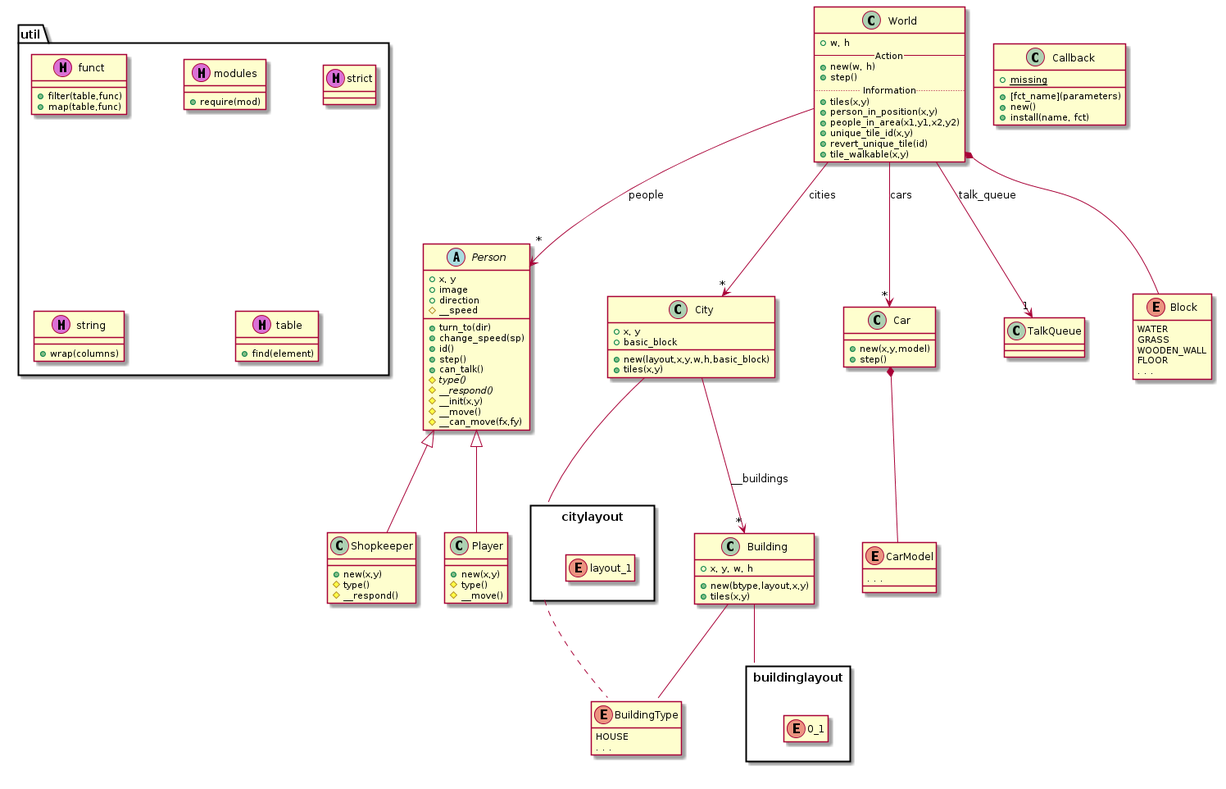
Earlier version of the PlantUML export doc/engine.png (andrenho/newhope).
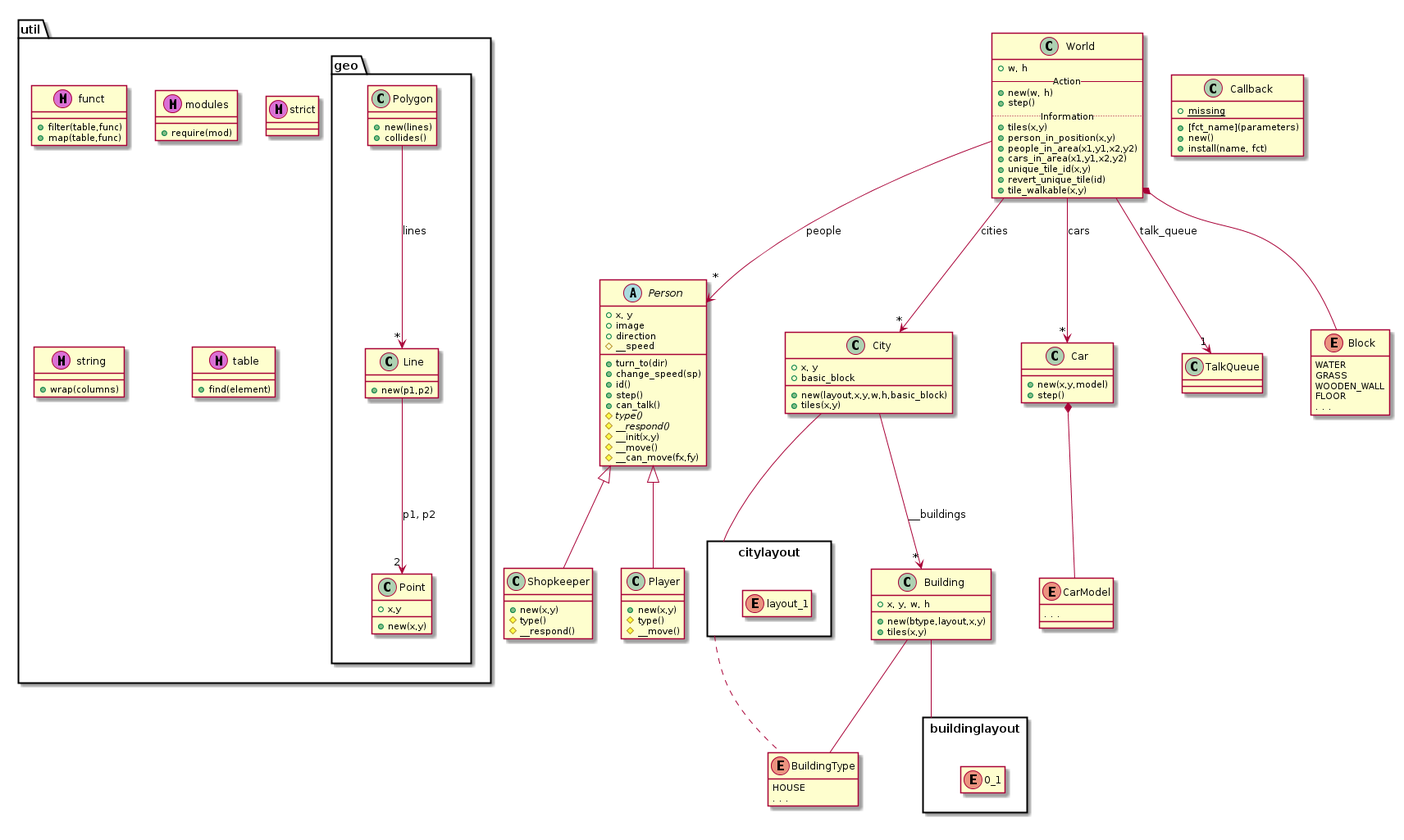
Later version of the same file.

Change to the diagram source:
```diff
@@ -30,6 +30,13 @@
   class strict << (M,orchid) >>
   class string << (M,orchid) >>
   class table << (M,orchid) >>
+  package geo {
+    class Point
+    class Line
+    class Polygon
+    Line --> "2" Point: p1, p2
+    Polygon --> "*" Line: lines
+  }
 }
 
 class World {
@@ -41,6 +48,7 @@
   +tiles(x,y)
   +person_in_position(x,y)
   +people_in_area(x1,y1,x2,y2)
+  +cars_in_area(x1,y1,x2,y2)
   +unique_tile_id(x,y)
   +revert_unique_tile(id)
   +tile_walkable(x,y)
@@ -141,4 +149,18 @@
   +find(element)
 }
 
+class Point {
+  +x,y
+  +new(x,y)
+}
+
+class Line {
+  +new(p1,p2)
+}
+
+class Polygon {
+  +new(lines)
+  +collides()
+}
+
 @enduml
```
